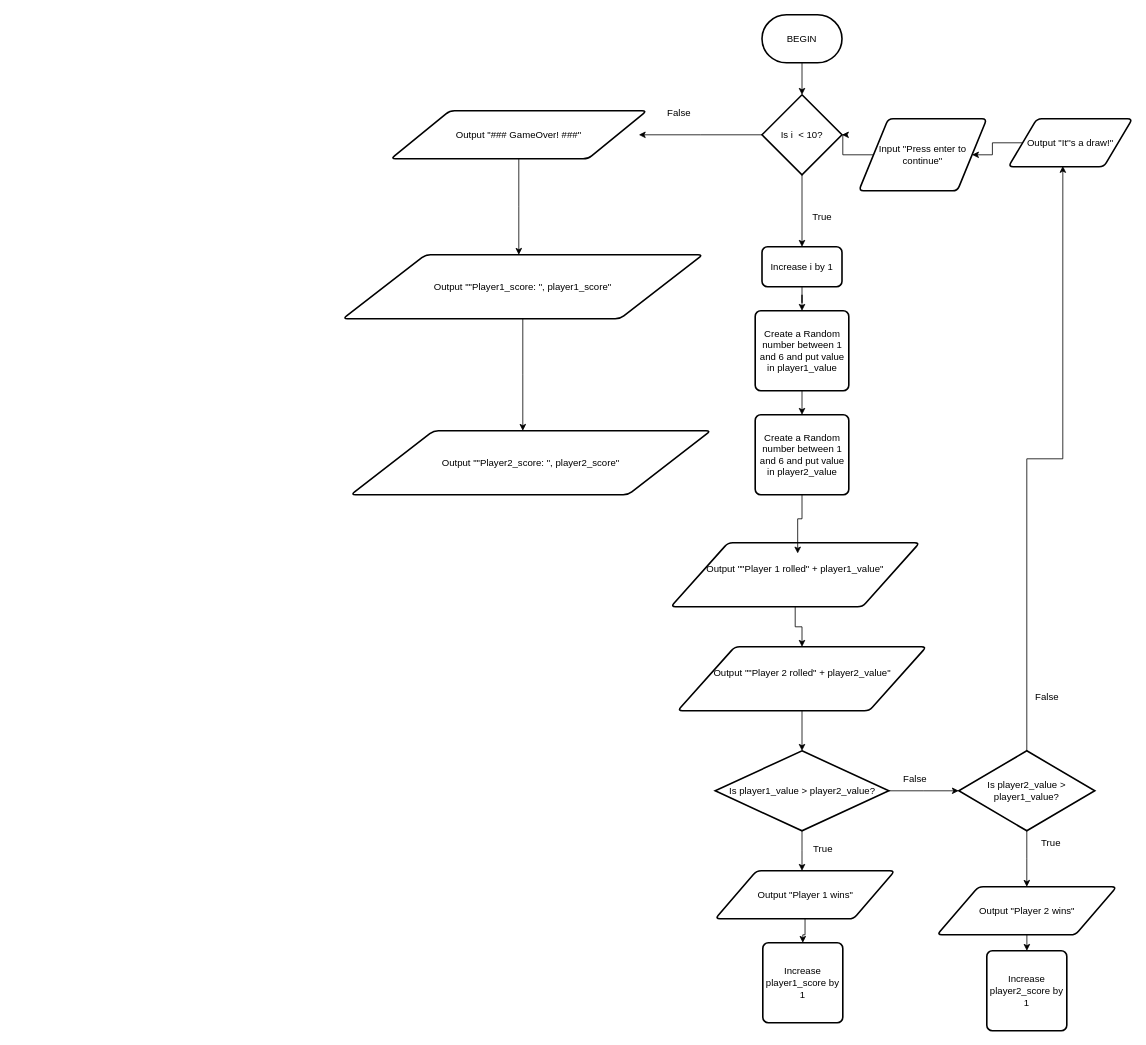
CGRoffcialcode/PythonDiceGameFlowChart keeps this draw.io diagram as FlowChart.drawio. Above is the earlier version. Source tidied: cells renumbered, new cells numbered last; positions are measured from the earlier drawing's top-left corner, leaving out a move shared by most shapes. Both pictures are drawn from the tidied source at 80%, with x=0, y=0 at pixel (342, 14).
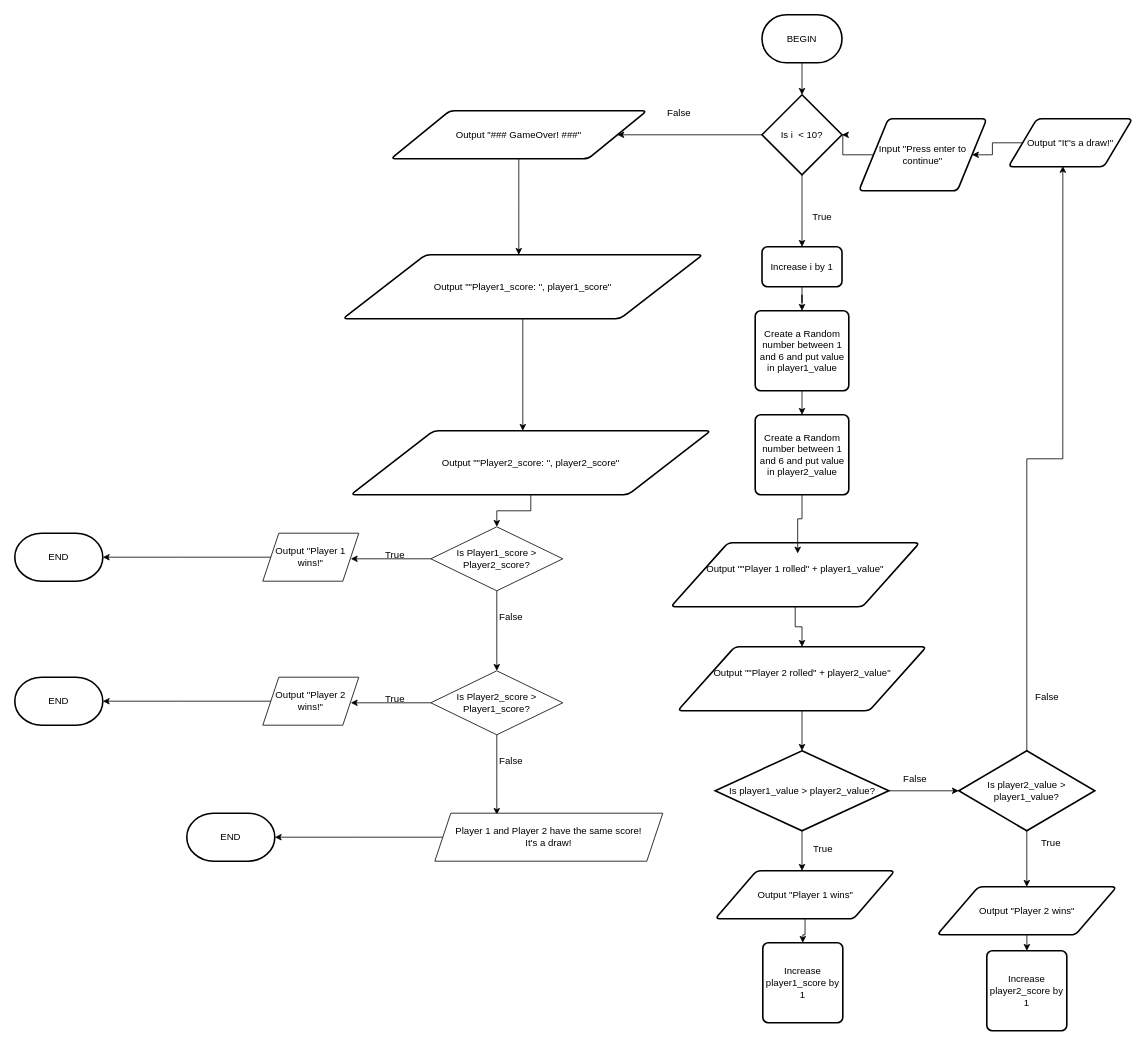
The same page after the edit.

Unchanged cells that the change refers to:
```xml
<mxCell id="6" value="Is i&amp;nbsp; &amp;lt; 10?" style="strokeWidth=2;html=1;shape=mxgraph.flowchart.decision;whiteSpace=wrap;" parent="1" vertex="1">
  <mxGeometry x="524" y="100" width="100" height="100" as="geometry" />
</mxCell>
<mxCell id="40" value="Output &quot;### GameOver! ###&quot;" style="shape=parallelogram;html=1;strokeWidth=2;perimeter=parallelogramPerimeter;whiteSpace=wrap;rounded=1;arcSize=12;size=0.23;" parent="1" vertex="1">
  <mxGeometry x="60" y="120" width="320" height="60" as="geometry" />
</mxCell>
<mxCell id="43" value="Output &quot;&quot;Player2_score: &quot;, player2_score&quot;" style="shape=parallelogram;html=1;strokeWidth=2;perimeter=parallelogramPerimeter;whiteSpace=wrap;rounded=1;arcSize=12;size=0.23;" parent="1" vertex="1">
  <mxGeometry x="10" y="520" width="450" height="80" as="geometry" />
</mxCell>
```

The edit, as a diff of the source:
```diff
@@
-    <mxCell id="5" style="edgeStyle=orthogonalEdgeStyle;rounded=0;jettySize=auto;html=1;" parent="1" edge="1" source="6">
-      <mxGeometry relative="1" as="geometry">
-        <mxPoint x="370" y="150" as="targetPoint" />
-      </mxGeometry>
+    <mxCell id="5" style="edgeStyle=orthogonalEdgeStyle;rounded=0;jettySize=auto;html=1;" parent="1" edge="1" source="6" target="40">
+      <mxGeometry relative="1" as="geometry" />
     </mxCell>
@@
+    <mxCell id="44" style="edgeStyle=orthogonalEdgeStyle;rounded=0;jettySize=auto;html=1;" parent="1" edge="1" source="43" target="47">
+      <mxGeometry relative="1" as="geometry" />
+    </mxCell>
@@
+    <mxCell id="45" style="edgeStyle=orthogonalEdgeStyle;rounded=0;jettySize=auto;html=1;" parent="1" edge="1" source="47">
+      <mxGeometry relative="1" as="geometry">
+        <mxPoint x="192.5" y="820" as="targetPoint" />
+      </mxGeometry>
+    </mxCell>
+    <mxCell id="46" style="edgeStyle=orthogonalEdgeStyle;rounded=0;jettySize=auto;html=1;" parent="1" edge="1" source="47">
+      <mxGeometry relative="1" as="geometry">
+        <mxPoint x="10" y="680" as="targetPoint" />
+      </mxGeometry>
+    </mxCell>
+    <mxCell id="47" value="Is Player1_score &amp;gt;&lt;div&gt;Player2_score?&lt;/div&gt;" style="rhombus;whiteSpace=wrap;html=1;" parent="1" vertex="1">
+      <mxGeometry x="110" y="640" width="165" height="80" as="geometry" />
+    </mxCell>
+    <mxCell id="48" value="True" style="text;html=1;align=center;verticalAlign=middle;strokeColor=none;fillColor=none;" parent="1" vertex="1">
+      <mxGeometry x="40" y="660" width="50" height="30" as="geometry" />
+    </mxCell>
+    <mxCell id="49" value="False" style="text;html=1;align=center;verticalAlign=middle;strokeColor=none;fillColor=none;" parent="1" vertex="1">
+      <mxGeometry x="185" y="738" width="50" height="30" as="geometry" />
+    </mxCell>
+    <mxCell id="50" style="edgeStyle=orthogonalEdgeStyle;rounded=0;jettySize=auto;html=1;" parent="1" edge="1" source="51">
+      <mxGeometry relative="1" as="geometry">
+        <mxPoint x="-300" y="678" as="targetPoint" />
+      </mxGeometry>
+    </mxCell>
+    <mxCell id="51" value="Output &quot;Player 1 wins!&quot;" style="shape=parallelogram;perimeter=parallelogramPerimeter;whiteSpace=wrap;html=1;fixedSize=1;" parent="1" vertex="1">
+      <mxGeometry x="-100" y="648" width="120" height="60" as="geometry" />
+    </mxCell>
+    <mxCell id="52" value="END" style="strokeWidth=2;html=1;shape=mxgraph.flowchart.terminator;whiteSpace=wrap;" parent="1" vertex="1">
+      <mxGeometry x="-410" y="648" width="110" height="60" as="geometry" />
+    </mxCell>
+    <mxCell id="53" style="edgeStyle=orthogonalEdgeStyle;rounded=0;jettySize=auto;html=1;" parent="1" edge="1" source="55">
+      <mxGeometry relative="1" as="geometry">
+        <mxPoint x="192.5" y="1000" as="targetPoint" />
+      </mxGeometry>
+    </mxCell>
+    <mxCell id="54" style="edgeStyle=orthogonalEdgeStyle;rounded=0;jettySize=auto;html=1;" parent="1" edge="1" source="55">
+      <mxGeometry relative="1" as="geometry">
+        <mxPoint x="10" y="860" as="targetPoint" />
+      </mxGeometry>
+    </mxCell>
+    <mxCell id="55" value="Is Player2_score &amp;gt;&lt;div&gt;Player1_score?&lt;/div&gt;" style="rhombus;whiteSpace=wrap;html=1;" parent="1" vertex="1">
+      <mxGeometry x="110" y="820" width="165" height="80" as="geometry" />
+    </mxCell>
+    <mxCell id="56" value="True" style="text;html=1;align=center;verticalAlign=middle;strokeColor=none;fillColor=none;" parent="1" vertex="1">
+      <mxGeometry x="40" y="840" width="50" height="30" as="geometry" />
+    </mxCell>
+    <mxCell id="57" value="False" style="text;html=1;align=center;verticalAlign=middle;strokeColor=none;fillColor=none;" parent="1" vertex="1">
+      <mxGeometry x="185" y="918" width="50" height="30" as="geometry" />
+    </mxCell>
+    <mxCell id="58" style="edgeStyle=orthogonalEdgeStyle;rounded=0;jettySize=auto;html=1;" parent="1" edge="1" source="59">
+      <mxGeometry relative="1" as="geometry">
+        <mxPoint x="-300" y="858" as="targetPoint" />
+      </mxGeometry>
+    </mxCell>
+    <mxCell id="59" value="Output &quot;Player 2 wins!&quot;" style="shape=parallelogram;perimeter=parallelogramPerimeter;whiteSpace=wrap;html=1;fixedSize=1;" parent="1" vertex="1">
+      <mxGeometry x="-100" y="828" width="120" height="60" as="geometry" />
+    </mxCell>
+    <mxCell id="60" value="END" style="strokeWidth=2;html=1;shape=mxgraph.flowchart.terminator;whiteSpace=wrap;" parent="1" vertex="1">
+      <mxGeometry x="-410" y="828" width="110" height="60" as="geometry" />
+    </mxCell>
+    <mxCell id="61" style="edgeStyle=orthogonalEdgeStyle;rounded=0;jettySize=auto;html=1;" parent="1" edge="1" source="62">
+      <mxGeometry relative="1" as="geometry">
+        <mxPoint x="-85" y="1028" as="targetPoint" />
+      </mxGeometry>
+    </mxCell>
+    <mxCell id="62" value="Player 1 and Player 2 have the same score!&lt;div&gt;It's a draw!&lt;/div&gt;" style="shape=parallelogram;perimeter=parallelogramPerimeter;whiteSpace=wrap;html=1;fixedSize=1;" parent="1" vertex="1">
+      <mxGeometry x="115" y="998" width="285" height="60" as="geometry" />
+    </mxCell>
+    <mxCell id="63" value="END" style="strokeWidth=2;html=1;shape=mxgraph.flowchart.terminator;whiteSpace=wrap;" parent="1" vertex="1">
+      <mxGeometry x="-195" y="998" width="110" height="60" as="geometry" />
+    </mxCell>
```
